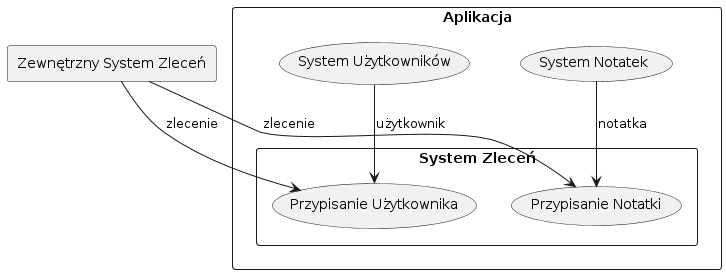
Earlier version of the PlantUML export pic/ds.ticket.png (m-panczyk/gn_plantuml). The source it was exported from:
```plantuml
@startuml
rectangle "Zewnętrzny System Zleceń" as zsz
rectangle Aplikacja as app {
	rectangle "System Zleceń" as sz{
		(Przypisanie Notatki) as assign_n
		(Przypisanie Użytkownika) as assign_u
    }
    (System Notatek) as sn
    (System Użytkowników) as su

    zsz --> assign_n: zlecenie
    zsz --> assign_u: zlecenie

    su --> assign_u: użytkownik
    sn --> assign_n: notatka

}
@enduml
```
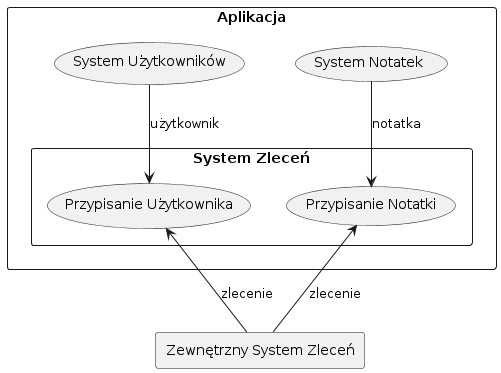
The same file after the commit.

The edit, as a diff of the source:
```diff
@@ -8,8 +8,8 @@
     (System Notatek) as sn
     (System Użytkowników) as su
 
-    zsz --> assign_n: zlecenie
-    zsz --> assign_u: zlecenie
+    zsz -u-> assign_n: zlecenie
+    zsz -u-> assign_u: zlecenie
 
     su --> assign_u: użytkownik
     sn --> assign_n: notatka
```
